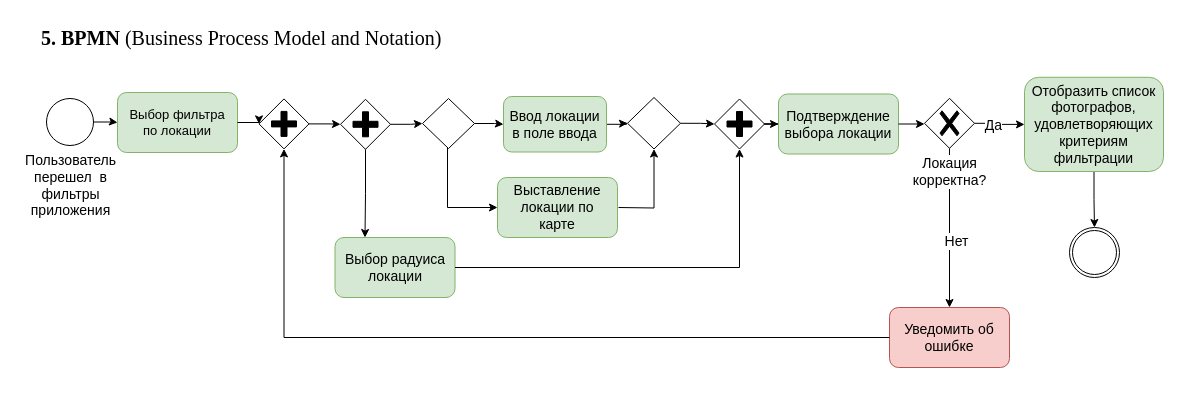
The draw.io diagram page "Страница — 2" (2 of 2) of Vakhromova_Jenya/Бизнес требования.drawio in abdullahproff/BSA21_1, before the edit. Source tidied: cells renumbered, new cells numbered last; positions are measured from the earlier drawing's top-left corner, leaving out a move shared by most shapes. Both pictures are drawn from the tidied source at 100%, with x=0, y=0 at pixel (17, 17).
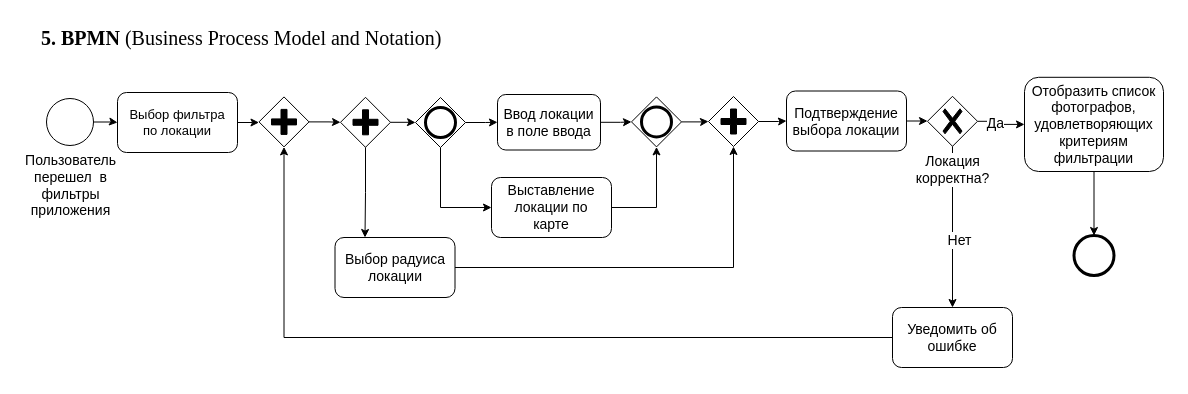
After the change.

Diff of the diagram source:
```diff
@@
-    <mxCell id="6" value="&lt;font style=&quot;font-size: 13px;&quot;&gt;Выбор фильтра по локации&lt;/font&gt;" style="whiteSpace=wrap;html=1;verticalAlign=middle;labelBackgroundColor=none;rounded=1;spacingLeft=3;spacingRight=3;fillColor=#d5e8d4;strokeColor=#82b366;gradientColor=none;" parent="1" vertex="1">
+    <mxCell id="6" value="&lt;font style=&quot;font-size: 13px;&quot;&gt;Выбор фильтра по локации&lt;/font&gt;" style="whiteSpace=wrap;html=1;verticalAlign=middle;labelBackgroundColor=none;rounded=1;spacingLeft=3;spacingRight=3;" parent="1" vertex="1">
       <mxGeometry x="100" y="75" width="120" height="60" as="geometry" />
     </mxCell>
-    <mxCell id="7" style="edgeStyle=orthogonalEdgeStyle;rounded=0;jettySize=auto;html=1;" parent="1" edge="1" source="9" target="11">
-      <mxGeometry relative="1" as="geometry" />
-    </mxCell>
-    <mxCell id="8" style="edgeStyle=orthogonalEdgeStyle;rounded=0;jettySize=auto;html=1;entryX=0;entryY=0.5;entryDx=0;entryDy=0;" parent="1" edge="1" source="9" target="13">
-      <mxGeometry relative="1" as="geometry">
-        <Array as="points">
-          <mxPoint x="430" y="190" />
-        </Array>
-      </mxGeometry>
-    </mxCell>
-    <mxCell id="9" style="rhombus;whiteSpace=wrap;html=1;verticalAlign=top;labelBackgroundColor=#ffffff;" parent="1" vertex="1">
-      <mxGeometry x="405" y="81" width="52" height="50" as="geometry" />
-    </mxCell>
-    <mxCell id="10" style="edgeStyle=orthogonalEdgeStyle;rounded=0;jettySize=auto;html=1;entryX=0;entryY=0.5;entryDx=0;entryDy=0;" parent="1" edge="1" source="11" target="14">
-      <mxGeometry relative="1" as="geometry" />
-    </mxCell>
+    <mxCell id="38" style="edgeStyle=orthogonalEdgeStyle;rounded=0;jettySize=auto;html=1;" parent="1" edge="1" source="11" target="44">
+      <mxGeometry relative="1" as="geometry" />
+    </mxCell>
-    <mxCell id="11" value="&lt;font style=&quot;font-size: 14px;&quot;&gt;Ввод локации в поле ввода&lt;/font&gt;" style="whiteSpace=wrap;html=1;verticalAlign=middle;labelBackgroundColor=none;rounded=1;spacingLeft=3;spacingRight=3;fillColor=#d5e8d4;strokeColor=#82b366;gradientColor=none;" parent="1" vertex="1">
-      <mxGeometry x="486" y="79" width="103" height="55.5" as="geometry" />
+    <mxCell id="11" value="&lt;font style=&quot;font-size: 14px;&quot;&gt;Ввод локации в поле ввода&lt;/font&gt;" style="whiteSpace=wrap;html=1;verticalAlign=middle;labelBackgroundColor=none;rounded=1;spacingLeft=3;spacingRight=3;" parent="1" vertex="1">
+      <mxGeometry x="480" y="77" width="103" height="55.5" as="geometry" />
     </mxCell>
-    <mxCell id="12" style="edgeStyle=orthogonalEdgeStyle;rounded=0;jettySize=auto;html=1;" parent="1" edge="1" target="14">
-      <mxGeometry relative="1" as="geometry">
-        <mxPoint x="601" y="190" as="sourcePoint" />
-      </mxGeometry>
-    </mxCell>
-    <mxCell id="13" value="&lt;font style=&quot;font-size: 14px;&quot;&gt;Выставление локации по карте&lt;/font&gt;" style="whiteSpace=wrap;html=1;verticalAlign=middle;labelBackgroundColor=none;rounded=1;spacingLeft=3;spacingRight=3;fillColor=#d5e8d4;strokeColor=#82b366;gradientColor=none;" parent="1" vertex="1">
-      <mxGeometry x="480" y="160" width="120" height="60" as="geometry" />
+    <mxCell id="13" value="&lt;font style=&quot;font-size: 14px;&quot;&gt;Выставление локации по карте&lt;/font&gt;" style="whiteSpace=wrap;html=1;verticalAlign=middle;labelBackgroundColor=none;rounded=1;spacingLeft=3;spacingRight=3;" parent="1" vertex="1">
+      <mxGeometry x="474" y="160" width="120" height="60" as="geometry" />
     </mxCell>
-    <mxCell id="14" style="rhombus;whiteSpace=wrap;html=1;verticalAlign=top;labelBackgroundColor=#ffffff;" parent="1" vertex="1">
-      <mxGeometry x="610" y="80" width="53" height="51.5" as="geometry" />
-    </mxCell>
-    <mxCell id="15" value="Выбор радуиса локации" style="whiteSpace=wrap;html=1;verticalAlign=middle;labelBackgroundColor=none;rounded=1;fontSize=14;spacingLeft=3;spacingRight=3;fillColor=#d5e8d4;strokeColor=#82b366;gradientColor=none;" parent="1" vertex="1">
+    <mxCell id="15" value="Выбор радуиса локации" style="whiteSpace=wrap;html=1;verticalAlign=middle;labelBackgroundColor=none;rounded=1;fontSize=14;spacingLeft=3;spacingRight=3;" parent="1" vertex="1">
       <mxGeometry x="317.5" y="220" width="120" height="60" as="geometry" />
     </mxCell>
-    <mxCell id="16" style="edgeStyle=orthogonalEdgeStyle;rounded=0;jettySize=auto;html=1;exitX=1;exitY=0.5;exitDx=0;exitDy=0;exitPerimeter=0;" parent="1" edge="1" source="17" target="9">
-      <mxGeometry relative="1" as="geometry" />
-    </mxCell>
     <mxCell id="17" style="points=[[0.25,0.25,0],[0.5,0,0],[0.75,0.25,0],[1,0.5,0],[0.75,0.75,0],[0.5,1,0],[0.25,0.75,0],[0,0.5,0]];shape=mxgraph.bpmn.gateway2;html=1;verticalLabelPosition=bottom;labelBackgroundColor=#ffffff;verticalAlign=top;align=center;perimeter=rhombusPerimeter;outlineConnect=0;outline=none;symbol=none;gwType=parallel;" parent="1" vertex="1">
-      <mxGeometry x="323" y="81.8" width="50" height="50" as="geometry" />
+      <mxGeometry x="323" y="79.8" width="50" height="50" as="geometry" />
     </mxCell>
@@
-    <mxCell id="19" style="edgeStyle=orthogonalEdgeStyle;rounded=0;jettySize=auto;html=1;" parent="1" edge="1" source="20" target="23">
-      <mxGeometry relative="1" as="geometry" />
-    </mxCell>
-    <mxCell id="20" style="points=[[0.25,0.25,0],[0.5,0,0],[0.75,0.25,0],[1,0.5,0],[0.75,0.75,0],[0.5,1,0],[0.25,0.75,0],[0,0.5,0]];shape=mxgraph.bpmn.gateway2;html=1;verticalLabelPosition=bottom;labelBackgroundColor=#ffffff;verticalAlign=top;align=center;perimeter=rhombusPerimeter;outlineConnect=0;outline=none;symbol=none;gwType=parallel;" parent="1" vertex="1">
-      <mxGeometry x="697" y="81.5" width="50" height="50" as="geometry" />
-    </mxCell>
-    <mxCell id="21" style="edgeStyle=orthogonalEdgeStyle;rounded=0;jettySize=auto;html=1;exitX=1;exitY=0.5;exitDx=0;exitDy=0;entryX=0.5;entryY=1;entryDx=0;entryDy=0;entryPerimeter=0;" parent="1" edge="1" source="15" target="20">
+    <mxCell id="21" style="edgeStyle=orthogonalEdgeStyle;rounded=0;jettySize=auto;html=1;exitX=1;exitY=0.5;exitDx=0;exitDy=0;entryX=0.5;entryY=1;entryDx=0;entryDy=0;entryPerimeter=0;" parent="1" edge="1" source="15" target="47">
       <mxGeometry relative="1" as="geometry" />
     </mxCell>
-    <mxCell id="22" style="edgeStyle=orthogonalEdgeStyle;rounded=0;jettySize=auto;html=1;entryX=0;entryY=0.5;entryDx=0;entryDy=0;entryPerimeter=0;" parent="1" edge="1" source="14" target="20">
-      <mxGeometry relative="1" as="geometry" />
-    </mxCell>
-    <mxCell id="23" value="&lt;font style=&quot;font-size: 14px;&quot;&gt;Подтверждение выбора локации&lt;/font&gt;" style="rounded=1;whiteSpace=wrap;html=1;verticalAlign=middle;labelBackgroundColor=none;spacingLeft=3;spacingRight=3;fillColor=#d5e8d4;strokeColor=#82b366;gradientColor=none;" parent="1" vertex="1">
-      <mxGeometry x="761" y="76.5" width="120" height="60" as="geometry" />
+    <mxCell id="23" value="&lt;font style=&quot;font-size: 14px;&quot;&gt;Подтверждение выбора локации&lt;/font&gt;" style="rounded=1;whiteSpace=wrap;html=1;verticalAlign=middle;labelBackgroundColor=none;spacingLeft=3;spacingRight=3;" parent="1" vertex="1">
+      <mxGeometry x="769" y="73.5" width="120" height="60" as="geometry" />
     </mxCell>
@@
     <mxCell id="28" value="&lt;font style=&quot;font-size: 14px;&quot;&gt;Локация&lt;/font&gt;&lt;div style=&quot;font-size: 14px;&quot;&gt;&lt;font style=&quot;font-size: 14px;&quot;&gt;корректна?&lt;/font&gt;&lt;/div&gt;" style="points=[[0.25,0.25,0],[0.5,0,0],[0.75,0.25,0],[1,0.5,0],[0.75,0.75,0],[0.5,1,0],[0.25,0.75,0],[0,0.5,0]];shape=mxgraph.bpmn.gateway2;html=1;verticalLabelPosition=bottom;labelBackgroundColor=#ffffff;verticalAlign=top;align=center;perimeter=rhombusPerimeter;outlineConnect=0;outline=none;symbol=none;gwType=exclusive;" parent="1" vertex="1">
-      <mxGeometry x="907" y="80.8" width="50" height="50" as="geometry" />
+      <mxGeometry x="910" y="78.8" width="50" height="50" as="geometry" />
     </mxCell>
@@
-    <mxCell id="30" value="&lt;font style=&quot;font-size: 14px;&quot;&gt;Уведомить об ошибке&lt;/font&gt;" style="rounded=1;whiteSpace=wrap;html=1;verticalAlign=middle;labelBackgroundColor=none;fillColor=#f8cecc;strokeColor=#b85450;" parent="1" vertex="1">
-      <mxGeometry x="872" y="290" width="120" height="60" as="geometry" />
+    <mxCell id="30" value="&lt;font style=&quot;font-size: 14px;&quot;&gt;Уведомить об ошибке&lt;/font&gt;" style="rounded=1;whiteSpace=wrap;html=1;verticalAlign=middle;labelBackgroundColor=none;" parent="1" vertex="1">
+      <mxGeometry x="875" y="290" width="120" height="60" as="geometry" />
     </mxCell>
     <mxCell id="31" style="points=[[0.25,0.25,0],[0.5,0,0],[0.75,0.25,0],[1,0.5,0],[0.75,0.75,0],[0.5,1,0],[0.25,0.75,0],[0,0.5,0]];shape=mxgraph.bpmn.gateway2;html=1;verticalLabelPosition=bottom;labelBackgroundColor=#ffffff;verticalAlign=top;align=center;perimeter=rhombusPerimeter;outlineConnect=0;outline=none;symbol=none;gwType=parallel;" parent="1" vertex="1">
-      <mxGeometry x="241.5" y="81.4" width="50" height="50" as="geometry" />
+      <mxGeometry x="241.5" y="79.4" width="50" height="50" as="geometry" />
     </mxCell>
@@
-    <mxCell id="35" style="edgeStyle=orthogonalEdgeStyle;rounded=0;jettySize=auto;html=1;" parent="1" edge="1" source="36" target="37">
+    <mxCell id="35" style="edgeStyle=orthogonalEdgeStyle;rounded=0;jettySize=auto;html=1;entryX=0.5;entryY=0;entryDx=0;entryDy=0;entryPerimeter=0;" parent="1" edge="1" source="36" target="39">
       <mxGeometry relative="1" as="geometry" />
     </mxCell>
-    <mxCell id="36" value="&lt;font style=&quot;font-size: 14px;&quot;&gt;Отобразить список фотографов, удовлетворяющих критериям фильтрации&lt;/font&gt;" style="rounded=1;whiteSpace=wrap;html=1;verticalAlign=middle;labelBackgroundColor=none;align=center;spacingLeft=3;spacingRight=3;fillColor=#d5e8d4;strokeColor=#82b366;gradientColor=none;" parent="1" vertex="1">
+    <mxCell id="36" value="&lt;font style=&quot;font-size: 14px;&quot;&gt;Отобразить список фотографов, удовлетворяющих критериям фильтрации&lt;/font&gt;" style="rounded=1;whiteSpace=wrap;html=1;verticalAlign=middle;labelBackgroundColor=none;align=center;spacingLeft=3;spacingRight=3;" parent="1" vertex="1">
       <mxGeometry x="1007" y="59.8" width="139" height="94.2" as="geometry" />
     </mxCell>
-    <mxCell id="37" style="points=[[0.145,0.145,0],[0.5,0,0],[0.855,0.145,0],[1,0.5,0],[0.855,0.855,0],[0.5,1,0],[0.145,0.855,0],[0,0.5,0]];shape=mxgraph.bpmn.event;html=1;verticalLabelPosition=bottom;labelBackgroundColor=#ffffff;verticalAlign=top;align=center;perimeter=ellipsePerimeter;outlineConnect=0;outline=throwing;symbol=general;" parent="1" vertex="1">
-      <mxGeometry x="1052" y="210" width="50" height="50" as="geometry" />
-    </mxCell>
+    <mxCell id="39" style="points=[[0.145,0.145,0],[0.5,0,0],[0.855,0.145,0],[1,0.5,0],[0.855,0.855,0],[0.5,1,0],[0.145,0.855,0],[0,0.5,0]];shape=mxgraph.bpmn.event;html=1;verticalLabelPosition=bottom;labelBackgroundColor=#ffffff;verticalAlign=top;align=center;perimeter=ellipsePerimeter;outlineConnect=0;outline=end;symbol=terminate2;" parent="1" vertex="1">
+      <mxGeometry x="1056.5" y="218" width="40" height="40" as="geometry" />
+    </mxCell>
+    <mxCell id="40" style="edgeStyle=orthogonalEdgeStyle;rounded=0;jettySize=auto;html=1;entryX=0;entryY=0.5;entryDx=0;entryDy=0;" parent="1" edge="1" source="42" target="13">
+      <mxGeometry relative="1" as="geometry">
+        <Array as="points">
+          <mxPoint x="423" y="190" />
+        </Array>
+      </mxGeometry>
+    </mxCell>
+    <mxCell id="41" style="edgeStyle=orthogonalEdgeStyle;rounded=0;jettySize=auto;html=1;" parent="1" edge="1" source="42" target="11">
+      <mxGeometry relative="1" as="geometry" />
+    </mxCell>
+    <mxCell id="42" style="points=[[0.25,0.25,0],[0.5,0,0],[0.75,0.25,0],[1,0.5,0],[0.75,0.75,0],[0.5,1,0],[0.25,0.75,0],[0,0.5,0]];shape=mxgraph.bpmn.gateway2;html=1;verticalLabelPosition=bottom;labelBackgroundColor=#ffffff;verticalAlign=top;align=center;perimeter=rhombusPerimeter;outlineConnect=0;outline=end;symbol=general;" parent="1" vertex="1">
+      <mxGeometry x="398" y="80" width="50" height="50" as="geometry" />
+    </mxCell>
+    <mxCell id="43" style="edgeStyle=orthogonalEdgeStyle;rounded=0;jettySize=auto;html=1;entryX=0;entryY=0.5;entryDx=0;entryDy=0;entryPerimeter=0;" parent="1" edge="1" source="44" target="47">
+      <mxGeometry relative="1" as="geometry" />
+    </mxCell>
+    <mxCell id="44" style="points=[[0.25,0.25,0],[0.5,0,0],[0.75,0.25,0],[1,0.5,0],[0.75,0.75,0],[0.5,1,0],[0.25,0.75,0],[0,0.5,0]];shape=mxgraph.bpmn.gateway2;html=1;verticalLabelPosition=bottom;labelBackgroundColor=#ffffff;verticalAlign=top;align=center;perimeter=rhombusPerimeter;outlineConnect=0;outline=end;symbol=general;" parent="1" vertex="1">
+      <mxGeometry x="614" y="79.4" width="50" height="50" as="geometry" />
+    </mxCell>
+    <mxCell id="45" style="edgeStyle=orthogonalEdgeStyle;rounded=0;jettySize=auto;html=1;entryX=0;entryY=0.5;entryDx=0;entryDy=0;entryPerimeter=0;" parent="1" edge="1" source="17" target="42">
+      <mxGeometry relative="1" as="geometry" />
+    </mxCell>
+    <mxCell id="46" style="edgeStyle=orthogonalEdgeStyle;rounded=0;jettySize=auto;html=1;entryX=0;entryY=0.5;entryDx=0;entryDy=0;" parent="1" edge="1" source="47" target="23">
+      <mxGeometry relative="1" as="geometry" />
+    </mxCell>
+    <mxCell id="47" style="points=[[0.25,0.25,0],[0.5,0,0],[0.75,0.25,0],[1,0.5,0],[0.75,0.75,0],[0.5,1,0],[0.25,0.75,0],[0,0.5,0]];shape=mxgraph.bpmn.gateway2;html=1;verticalLabelPosition=bottom;labelBackgroundColor=#ffffff;verticalAlign=top;align=center;perimeter=rhombusPerimeter;outlineConnect=0;outline=none;symbol=none;gwType=parallel;" parent="1" vertex="1">
+      <mxGeometry x="691" y="79" width="50" height="50" as="geometry" />
+    </mxCell>
+    <mxCell id="48" style="edgeStyle=orthogonalEdgeStyle;rounded=0;jettySize=auto;html=1;entryX=0.5;entryY=1;entryDx=0;entryDy=0;entryPerimeter=0;" parent="1" edge="1" source="13" target="44">
+      <mxGeometry relative="1" as="geometry" />
+    </mxCell>
```
